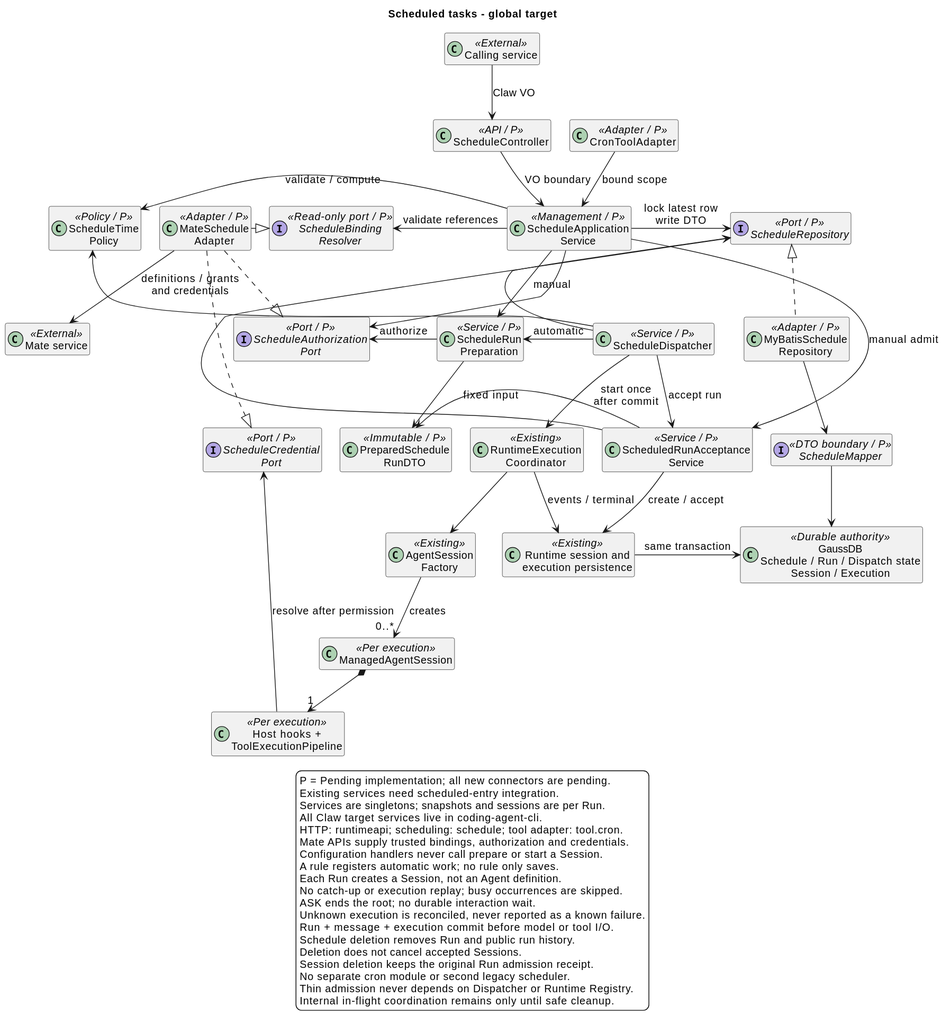
ssm0808/pi-mono-java-design keeps this PlantUML diagram as 01-总体架构/08-CampusClaw定时任务/scheduled_task_architecture.svg. Above is the earlier version.
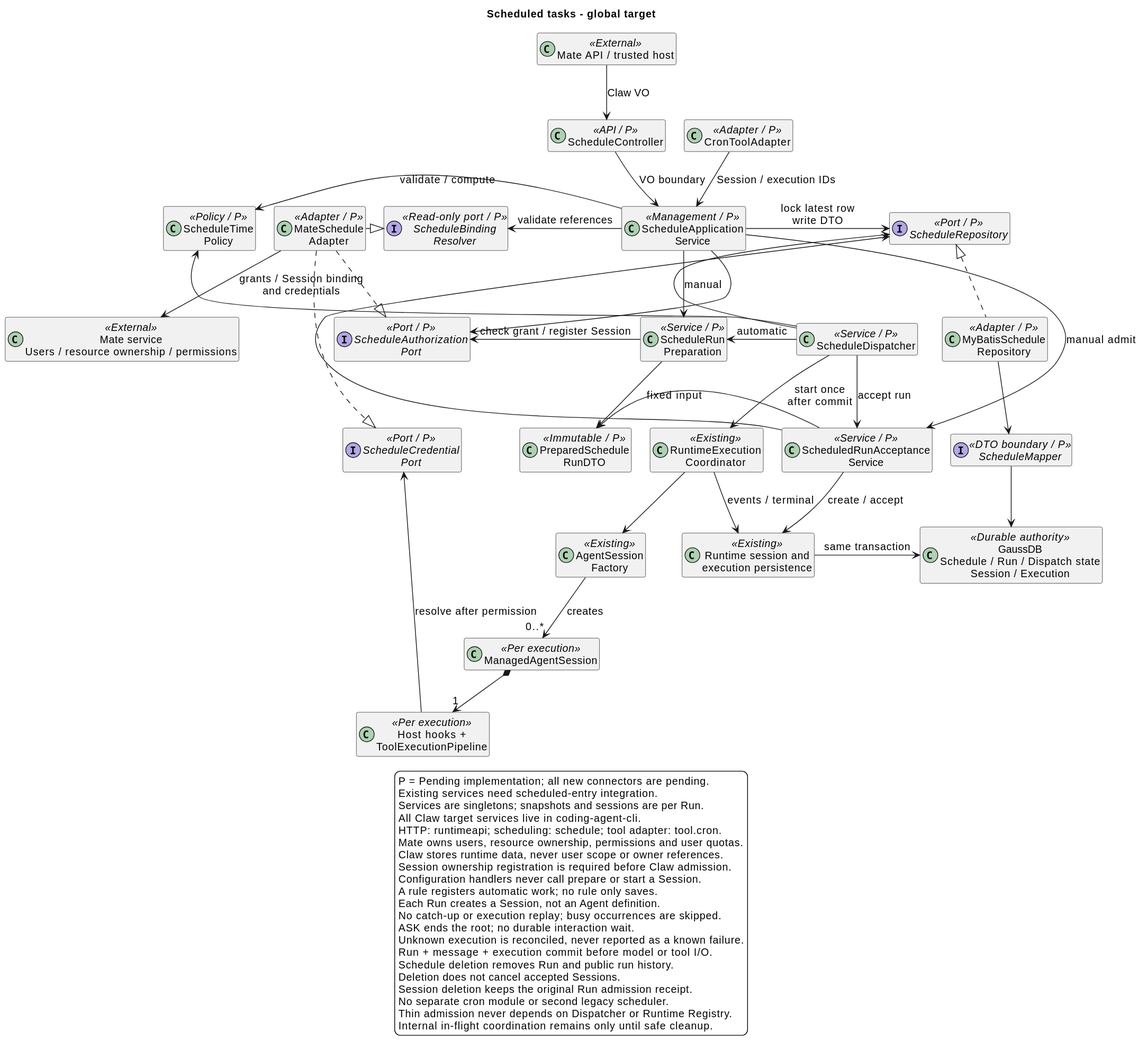
Above is the later version.

The edit, as a diff of the source:
```diff
@@ -6,7 +6,7 @@
 skinparam nodesep 25
 skinparam ranksep 55
 hide empty members
-class "Calling service" as Caller <<External>>
+class "Mate API / trusted host" as Caller <<External>>
 class "ScheduleController" as Api <<API / P>>
 class "CronToolAdapter" as Tool <<Adapter / P>>
 class "ScheduleApplication\nService" as App <<Management / P>>
@@ -14,7 +14,7 @@
 interface "ScheduleAuthorization\nPort" as Auth <<Port / P>>
 interface "ScheduleCredential\nPort" as Credential <<Port / P>>
 class "MateSchedule\nAdapter" as MateAdapter <<Adapter / P>>
-class "Mate service" as Mate <<External>>
+class "Mate service\nUsers / resource ownership / permissions" as Mate <<External>>
 interface "ScheduleBinding\nResolver" as Binding <<Read-only port / P>>
 class "ScheduleTime\nPolicy" as Time <<Policy / P>>
 class "ScheduleRun\nPreparation" as Prepare <<Service / P>>
@@ -33,7 +33,7 @@
 Api -down-> App : VO boundary
 App -down-> Prepare : manual
 App -[norank]-> Accept : manual admit
-Tool -down-> App : bound scope
+Tool -down-> App : Session / execution IDs
 App -down[hidden]-> Dispatch
 Binding -down[hidden]-> Auth
 Auth -down[hidden]-> Credential
@@ -45,13 +45,13 @@
 Dispatch -left-> Prepare : automatic
 Dispatch -[norank]-> Time
 Dispatch -[norank]-> Repo
-Prepare -left-> Auth : authorize
+Prepare -left-> Auth : check grant / register Session
 Pipeline -left-> Credential : resolve after permission
 Prepare -down-> Snapshot
 MateAdapter .right.|> Auth
 MateAdapter .right.|> Binding
 MateAdapter .right.|> Credential
-MateAdapter -down-> Mate : definitions / grants\nand credentials
+MateAdapter -down-> Mate : grants / Session binding\nand credentials
 Accept -left-> Snapshot : fixed input
 Accept -[norank]-> Repo
 Repo <|.. RepoImpl
@@ -70,7 +70,9 @@
   Services are singletons; snapshots and sessions are per Run.
   All Claw target services live in coding-agent-cli.
   HTTP: runtimeapi; scheduling: schedule; tool adapter: tool.cron.
-  Mate APIs supply trusted bindings, authorization and credentials.
+  Mate owns users, resource ownership, permissions and user quotas.
+  Claw stores runtime data, never user scope or owner references.
+  Session ownership registration is required before Claw admission.
   Configuration handlers never call prepare or start a Session.
   A rule registers automatic work; no rule only saves.
   Each Run creates a Session, not an Agent definition.
```
